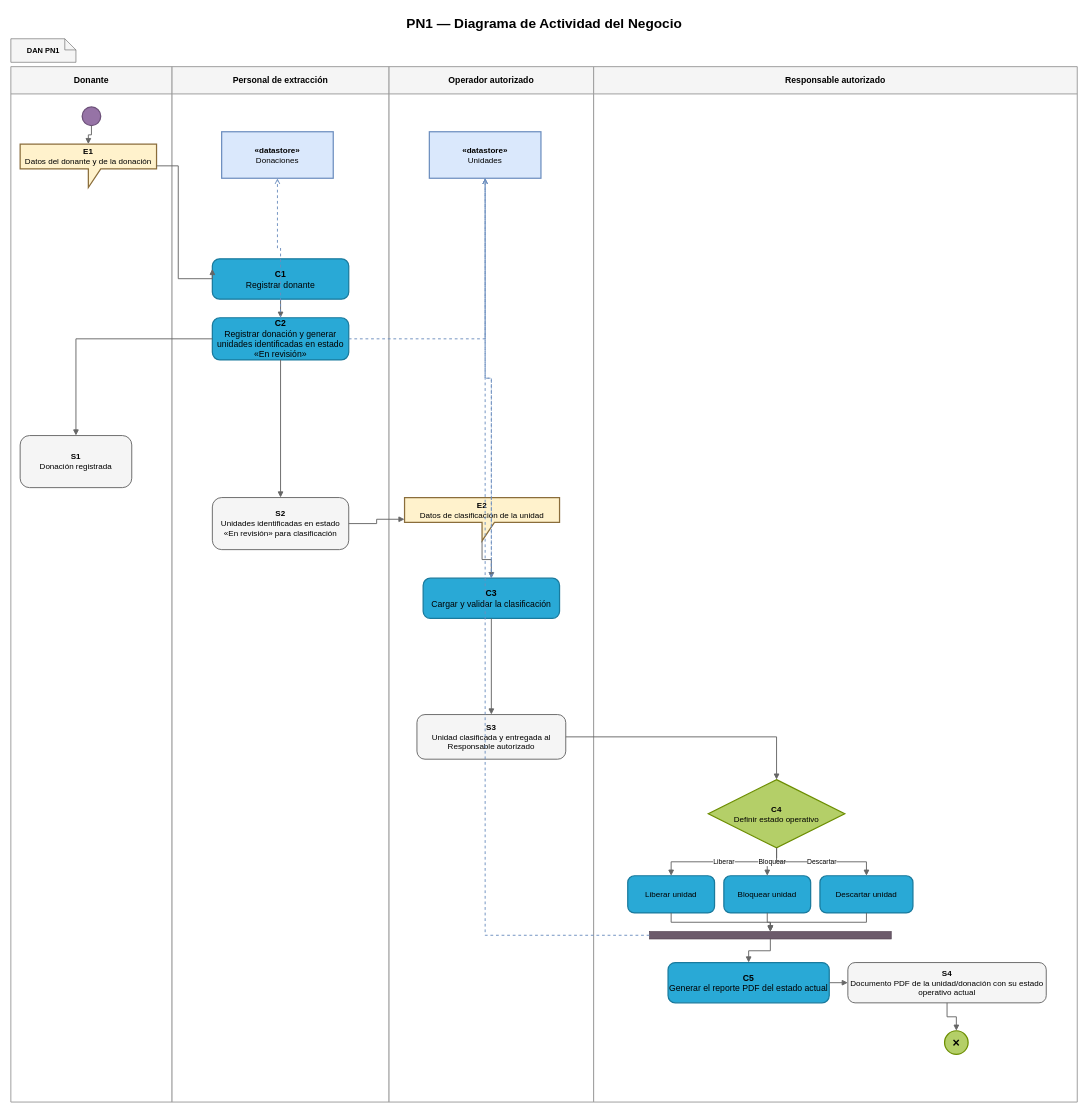
Above: Diagramas/Secuencia de Roles/PN1_DiagramaActividadNegocio.drawio in juanNH/Ingenieria-de-Software (draw.io), before the change. Source tidied: cells renumbered, new cells numbered last; positions are measured from the earlier drawing's top-left corner, leaving out a move shared by most shapes. Both pictures are drawn from the tidied source at 62%, with x=0, y=0 at pixel (11, 11).
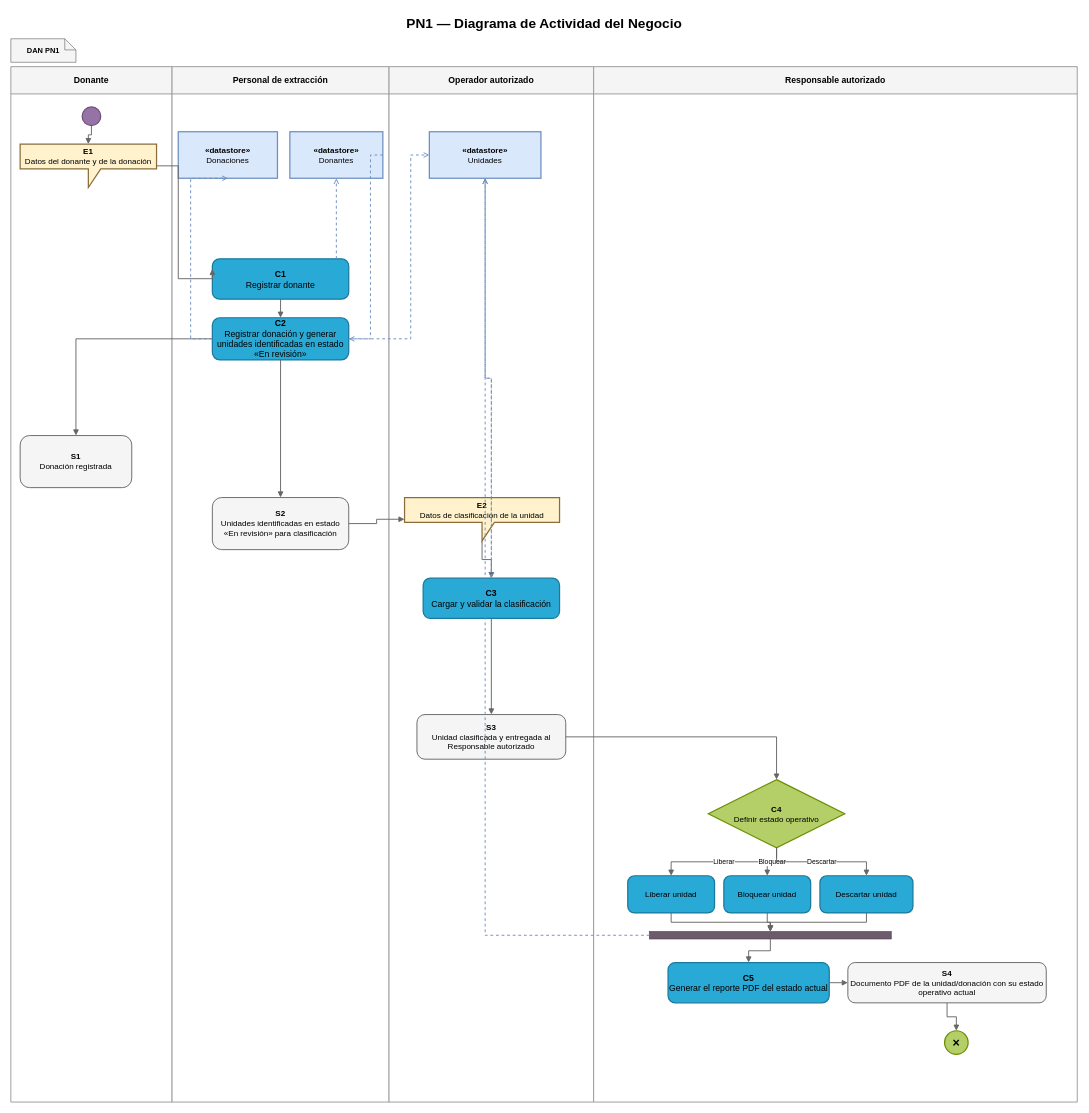
After the change.

Unchanged cells that the change refers to:
```xml
<mxCell id="10" value="&lt;b&gt;C1&lt;/b&gt;&lt;br&gt;Registrar donante" style="rounded=1;whiteSpace=wrap;html=1;arcSize=18;fillColor=#29a9d6;strokeColor=#197a9d;strokeWidth=2;fontSize=14;fontFamily=Arial;align=center;verticalAlign=middle;" parent="1" vertex="1">
  <mxGeometry x="325" y="400" width="220" height="65" as="geometry" />
</mxCell>
<mxCell id="13" value="&lt;b&gt;C2&lt;/b&gt;&lt;br&gt;Registrar donación y generar unidades identificadas en estado «En revisión»" style="rounded=1;whiteSpace=wrap;html=1;arcSize=18;fillColor=#29a9d6;strokeColor=#197a9d;strokeWidth=2;fontSize=14;fontFamily=Arial;align=center;verticalAlign=middle;" parent="1" vertex="1">
  <mxGeometry x="325" y="495" width="220" height="68" as="geometry" />
</mxCell>
<mxCell id="15" value="&lt;b&gt;«datastore»&lt;/b&gt;&lt;br&gt;Unidades" style="rounded=0;whiteSpace=wrap;html=1;fillColor=#dae8fc;strokeColor=#6c8ebf;strokeWidth=2;fontSize=13;fontFamily=Arial;align=center;verticalAlign=middle;" parent="1" vertex="1">
  <mxGeometry x="675" y="195" width="180" height="75" as="geometry" />
</mxCell>
```

What changed in the source:
```diff
@@
     <mxCell id="12" value="&lt;b&gt;«datastore»&lt;/b&gt;&lt;br&gt;Donaciones" style="rounded=0;whiteSpace=wrap;html=1;fillColor=#dae8fc;strokeColor=#6c8ebf;strokeWidth=2;fontSize=13;fontFamily=Arial;align=center;verticalAlign=middle;" parent="1" vertex="1">
-      <mxGeometry x="340" y="195" width="180" height="75" as="geometry" />
+      <mxGeometry x="270" y="195" width="160" height="75" as="geometry" />
     </mxCell>
@@
-    <mxCell id="35" style="edgeStyle=orthogonalEdgeStyle;rounded=0;html=1;dashed=1;endArrow=open;endFill=0;strokeColor=#6c8ebf;strokeWidth=1.5;" parent="1" edge="1" source="13" target="15">
-      <mxGeometry relative="1" as="geometry" />
+    <mxCell id="35" style="edgeStyle=orthogonalEdgeStyle;rounded=0;html=1;dashed=1;endArrow=open;endFill=0;strokeColor=#6c8ebf;strokeWidth=1.5;exitX=1;exitY=0.5;exitDx=0;exitDy=0;entryX=0;entryY=0.5;entryDx=0;entryDy=0;" parent="1" edge="1" source="13" target="15">
+      <mxGeometry relative="1" as="geometry">
+        <Array as="points">
+          <mxPoint x="645" y="529" />
+          <mxPoint x="645" y="232" />
+        </Array>
+      </mxGeometry>
     </mxCell>
@@
-    <mxCell id="46" style="edgeStyle=orthogonalEdgeStyle;rounded=0;html=1;dashed=1;endArrow=open;endFill=0;strokeColor=#6c8ebf;strokeWidth=1.5;" parent="1" edge="1" source="13" target="12">
-      <mxGeometry relative="1" as="geometry" />
+    <mxCell id="46" style="edgeStyle=orthogonalEdgeStyle;rounded=0;html=1;dashed=1;endArrow=open;endFill=0;strokeColor=#6c8ebf;strokeWidth=1.5;exitX=0;exitY=0.5;exitDx=0;exitDy=0;entryX=0.5;entryY=1;entryDx=0;entryDy=0;" parent="1" edge="1" source="13" target="12">
+      <mxGeometry relative="1" as="geometry">
+        <Array as="points">
+          <mxPoint x="290" y="529" />
+          <mxPoint x="290" y="270" />
+        </Array>
+      </mxGeometry>
     </mxCell>
@@
+    <mxCell id="50" value="&lt;b&gt;«datastore»&lt;/b&gt;&lt;br&gt;Donantes" style="rounded=0;whiteSpace=wrap;html=1;fillColor=#dae8fc;strokeColor=#6c8ebf;strokeWidth=2;fontSize=13;fontFamily=Arial;align=center;verticalAlign=middle;" parent="1" vertex="1">
+      <mxGeometry x="450" y="195" width="150" height="75" as="geometry" />
+    </mxCell>
+    <mxCell id="51" style="edgeStyle=orthogonalEdgeStyle;rounded=0;html=1;dashed=1;endArrow=open;endFill=0;strokeColor=#6c8ebf;strokeWidth=1.5;exitX=0.9091;exitY=0;exitDx=0;exitDy=0;entryX=0.5;entryY=1;entryDx=0;entryDy=0;" parent="1" edge="1" source="10" target="50">
+      <mxGeometry relative="1" as="geometry" />
+    </mxCell>
+    <mxCell id="52" style="edgeStyle=orthogonalEdgeStyle;rounded=0;html=1;dashed=1;endArrow=open;endFill=0;strokeColor=#6c8ebf;strokeWidth=1.5;exitX=1;exitY=0.5;exitDx=0;exitDy=0;entryX=1;entryY=0.5;entryDx=0;entryDy=0;" parent="1" edge="1" source="50" target="13">
+      <mxGeometry relative="1" as="geometry">
+        <Array as="points">
+          <mxPoint x="580" y="232" />
+          <mxPoint x="580" y="529" />
+        </Array>
+      </mxGeometry>
+    </mxCell>
```
